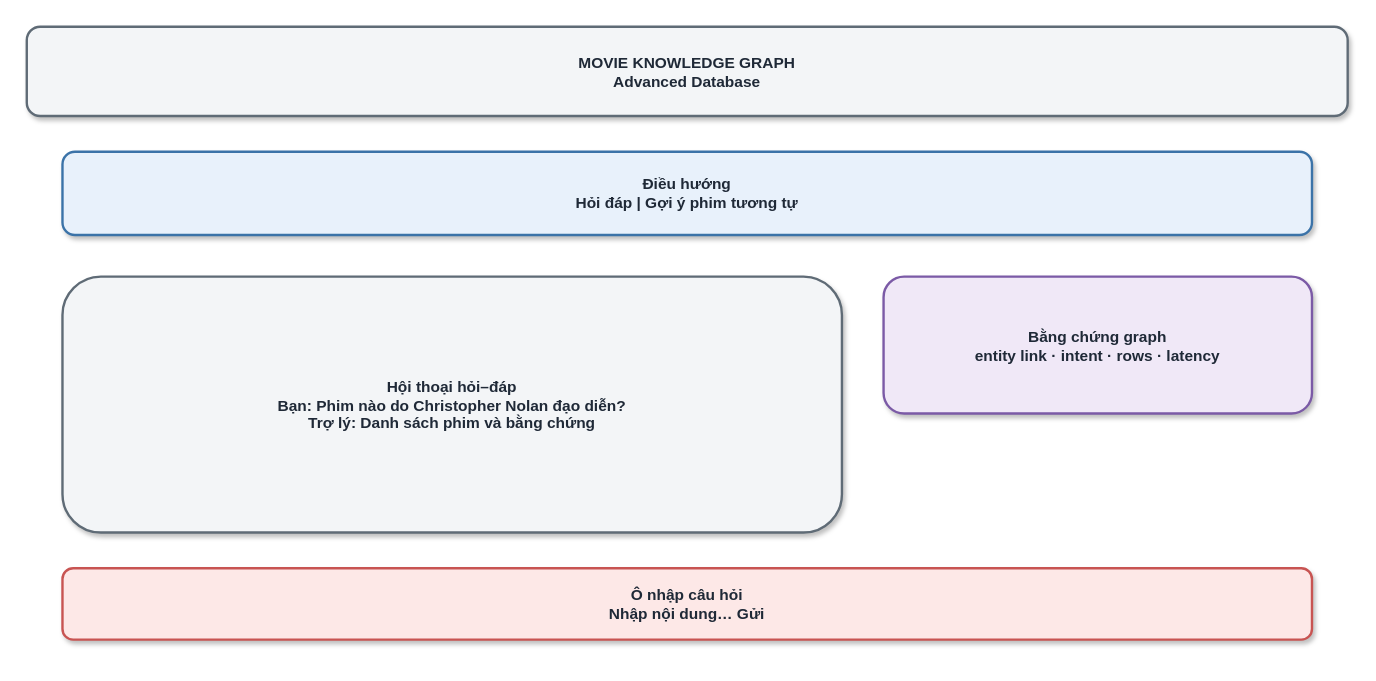
The draw.io diagram report_latex/images/sources/web_ui.drawio in khanhhk/advanced_database, before the edit. Source tidied: cells renumbered, new cells numbered last; positions are measured from the earlier drawing's top-left corner, leaving out a move shared by most shapes. Both pictures are drawn from the tidied source at 119%, with x=0, y=0 at pixel (26, 26).
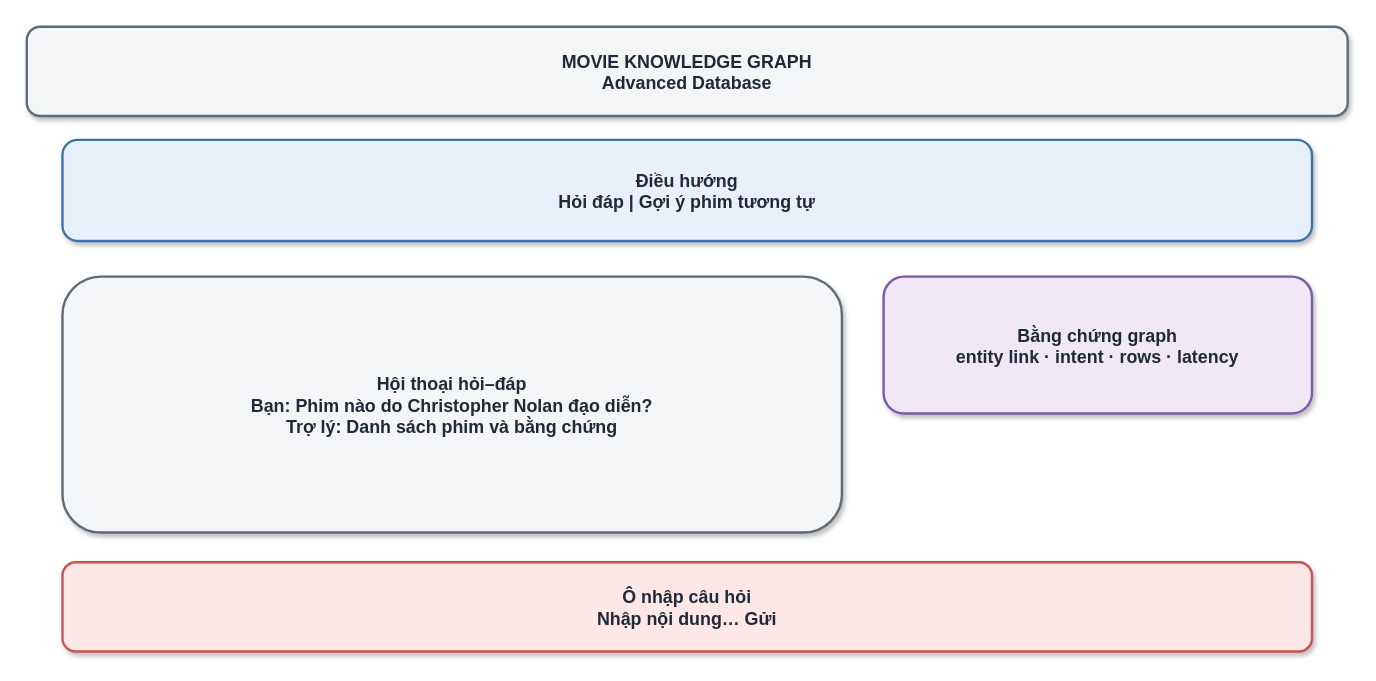
The same diagram, later.

What changed in the source:
```diff
@@
 <mxGraphModel>
   <root>
     <mxCell id="0" />
     <mxCell id="1" parent="0" />
-    <mxCell id="2" value="MOVIE KNOWLEDGE GRAPH&#10;Advanced Database" style="rounded=1;whiteSpace=wrap;html=1;fillColor=#F3F5F7;strokeColor=#5F6B76;strokeWidth=2;fontSize=13;fontColor=#1F2937;fontStyle=1;spacing=8;shadow=1;" parent="1" vertex="1">
+    <mxCell id="2" value="MOVIE KNOWLEDGE GRAPH&#10;Advanced Database" style="rounded=1;whiteSpace=wrap;html=1;fillColor=#F3F5F7;strokeColor=#5F6B76;strokeWidth=2;fontSize=15;fontColor=#1F2937;fontStyle=1;spacing=8;shadow=1;" parent="1" vertex="1">
       <mxGeometry width="1110" height="75" as="geometry" />
     </mxCell>
-    <mxCell id="3" value="Điều hướng&#10;Hỏi đáp   |   Gợi ý phim tương tự" style="rounded=1;whiteSpace=wrap;html=1;fillColor=#E8F1FB;strokeColor=#3B73A8;strokeWidth=2;fontSize=13;fontColor=#1F2937;fontStyle=1;spacing=8;shadow=1;" parent="1" vertex="1">
-      <mxGeometry x="30" y="105" width="1050" height="70" as="geometry" />
+    <mxCell id="3" value="Điều hướng&#10;Hỏi đáp   |   Gợi ý phim tương tự" style="rounded=1;whiteSpace=wrap;html=1;fillColor=#E8F1FB;strokeColor=#3B73A8;strokeWidth=2;fontSize=15;fontColor=#1F2937;fontStyle=1;spacing=8;shadow=1;" parent="1" vertex="1">
+      <mxGeometry x="30" y="95" width="1050" height="85" as="geometry" />
     </mxCell>
-    <mxCell id="4" value="Hội thoại hỏi–đáp&#10;Bạn: Phim nào do Christopher Nolan đạo diễn?&#10;Trợ lý: Danh sách phim và bằng chứng" style="rounded=1;whiteSpace=wrap;html=1;fillColor=#F3F5F7;strokeColor=#5F6B76;strokeWidth=2;fontSize=13;fontColor=#1F2937;fontStyle=1;spacing=8;shadow=1;" parent="1" vertex="1">
+    <mxCell id="4" value="Hội thoại hỏi–đáp&#10;Bạn: Phim nào do Christopher Nolan đạo diễn?&#10;Trợ lý: Danh sách phim và bằng chứng" style="rounded=1;whiteSpace=wrap;html=1;fillColor=#F3F5F7;strokeColor=#5F6B76;strokeWidth=2;fontSize=15;fontColor=#1F2937;fontStyle=1;spacing=8;shadow=1;" parent="1" vertex="1">
       <mxGeometry x="30" y="210" width="655" height="215" as="geometry" />
     </mxCell>
-    <mxCell id="5" value="Bằng chứng graph&#10;entity link · intent · rows · latency" style="rounded=1;whiteSpace=wrap;html=1;fillColor=#F0E8F7;strokeColor=#7B5AA6;strokeWidth=2;fontSize=13;fontColor=#1F2937;fontStyle=1;spacing=8;shadow=1;" parent="1" vertex="1">
+    <mxCell id="5" value="Bằng chứng graph&#10;entity link · intent · rows · latency" style="rounded=1;whiteSpace=wrap;html=1;fillColor=#F0E8F7;strokeColor=#7B5AA6;strokeWidth=2;fontSize=15;fontColor=#1F2937;fontStyle=1;spacing=8;shadow=1;" parent="1" vertex="1">
       <mxGeometry x="720" y="210" width="360" height="115" as="geometry" />
     </mxCell>
-    <mxCell id="6" value="Ô nhập câu hỏi&#10;Nhập nội dung…                                      Gửi" style="rounded=1;whiteSpace=wrap;html=1;fillColor=#FDE8E7;strokeColor=#C85452;strokeWidth=2;fontSize=13;fontColor=#1F2937;fontStyle=1;spacing=8;shadow=1;" parent="1" vertex="1">
-      <mxGeometry x="30" y="455" width="1050" height="60" as="geometry" />
+    <mxCell id="6" value="Ô nhập câu hỏi&#10;Nhập nội dung…                                      Gửi" style="rounded=1;whiteSpace=wrap;html=1;fillColor=#FDE8E7;strokeColor=#C85452;strokeWidth=2;fontSize=15;fontColor=#1F2937;fontStyle=1;spacing=8;shadow=1;" parent="1" vertex="1">
+      <mxGeometry x="30" y="450" width="1050" height="75" as="geometry" />
     </mxCell>
   </root>
 </mxGraphModel>
```
